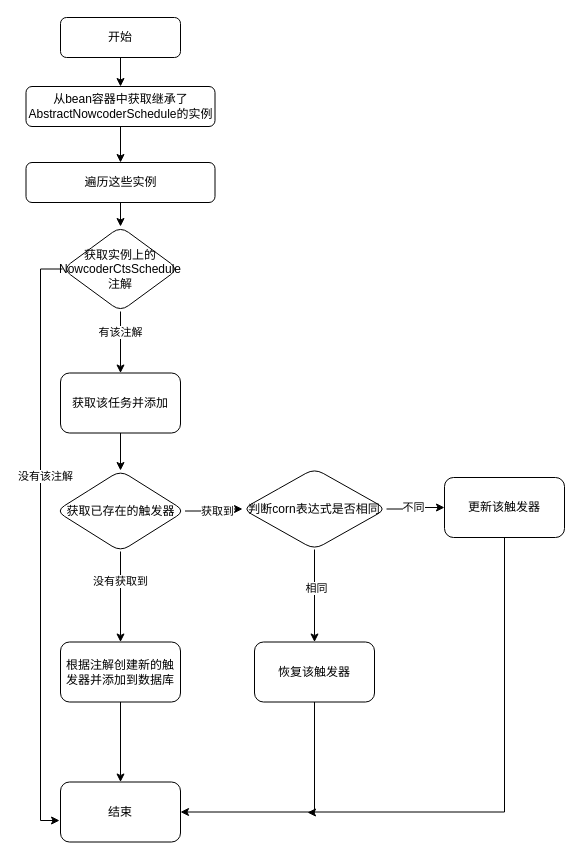
Above: Untitled Diagram.drawio in IrvingLiang/Demo (draw.io), before the change. Source tidied: cells renumbered, new cells numbered last; positions are measured from the earlier drawing's top-left corner, leaving out a move shared by most shapes. Both pictures are drawn from the tidied source at 100%, with x=0, y=0 at pixel (26, 17).
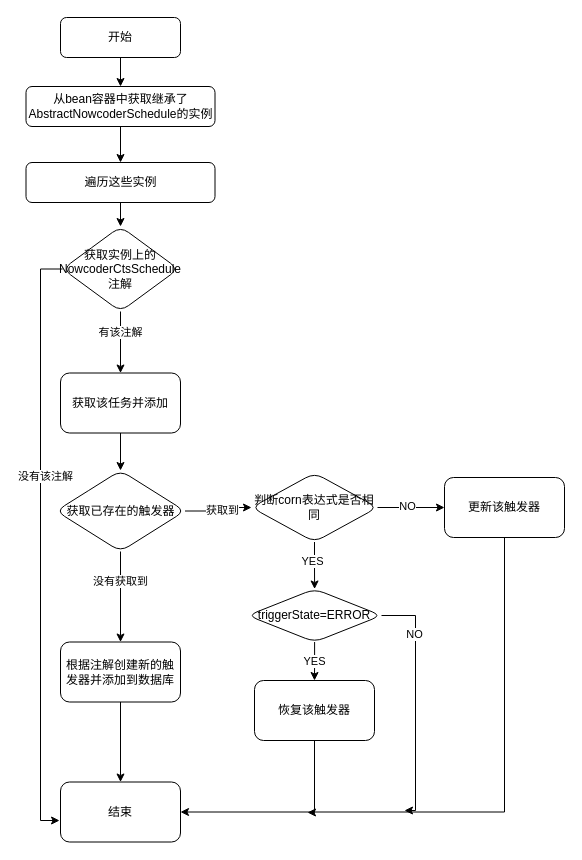
Above is the later version.

The change refers to these unchanged cells:
```xml
<mxCell id="24" style="edgeStyle=orthogonalEdgeStyle;rounded=0;jettySize=auto;html=1;" parent="1" edge="1" source="26" target="30">
  <mxGeometry relative="1" as="geometry" />
</mxCell>
```

The edit, as a diff of the source:
```diff
@@
-    <mxCell id="22" style="edgeStyle=orthogonalEdgeStyle;rounded=0;jettySize=auto;html=1;" parent="1" edge="1" source="26" target="28">
-      <mxGeometry relative="1" as="geometry" />
-    </mxCell>
-    <mxCell id="23" value="相同" style="edgeLabel;html=1;align=center;verticalAlign=middle;" parent="22" vertex="1">
-      <mxGeometry x="-0.18" y="1" relative="1" as="geometry" />
-    </mxCell>
@@
-    <mxCell id="25" value="不同" style="edgeLabel;html=1;align=center;verticalAlign=middle;" parent="24" vertex="1">
+    <mxCell id="25" value="NO" style="edgeLabel;html=1;align=center;verticalAlign=middle;" parent="24" vertex="1">
       <mxGeometry x="-0.13" y="3" relative="1" as="geometry">
         <mxPoint y="1" as="offset" />
       </mxGeometry>
     </mxCell>
+    <mxCell id="32" style="edgeStyle=orthogonalEdgeStyle;rounded=0;jettySize=auto;html=1;" parent="1" edge="1" source="26" target="37">
+      <mxGeometry relative="1" as="geometry" />
+    </mxCell>
+    <mxCell id="33" value="YES" style="edgeLabel;html=1;align=center;verticalAlign=middle;" parent="32" vertex="1">
+      <mxGeometry x="-0.13" y="-3" relative="1" as="geometry">
+        <mxPoint y="-1" as="offset" />
+      </mxGeometry>
+    </mxCell>
     <mxCell id="26" value="&lt;span&gt;判断corn表达式是否相同&lt;/span&gt;" style="rhombus;whiteSpace=wrap;html=1;rounded=1;shadow=0;strokeWidth=1;glass=0;" parent="1" vertex="1">
-      <mxGeometry x="216" y="451" width="144" height="81" as="geometry" />
+      <mxGeometry x="225" y="455.5" width="126" height="69" as="geometry" />
     </mxCell>
@@
     <mxCell id="28" value="恢复该触发器" style="whiteSpace=wrap;html=1;rounded=1;shadow=0;strokeWidth=1;glass=0;" parent="1" vertex="1">
-      <mxGeometry x="228" y="624.5" width="120" height="60" as="geometry" />
+      <mxGeometry x="228" y="663" width="120" height="60" as="geometry" />
     </mxCell>
@@
+    <mxCell id="34" value="YES" style="edgeStyle=orthogonalEdgeStyle;rounded=0;jettySize=auto;html=1;" parent="1" edge="1" source="37" target="28">
+      <mxGeometry relative="1" as="geometry" />
+    </mxCell>
+    <mxCell id="35" style="edgeStyle=orthogonalEdgeStyle;rounded=0;jettySize=auto;html=1;" parent="1" edge="1" source="37">
+      <mxGeometry relative="1" as="geometry">
+        <mxPoint x="378" y="793" as="targetPoint" />
+        <Array as="points">
+          <mxPoint x="389" y="598" />
+          <mxPoint x="389" y="793" />
+          <mxPoint x="383" y="793" />
+        </Array>
+      </mxGeometry>
+    </mxCell>
+    <mxCell id="36" value="NO" style="edgeLabel;html=1;align=center;verticalAlign=middle;" parent="35" vertex="1">
+      <mxGeometry x="-0.57" y="-2" relative="1" as="geometry" />
+    </mxCell>
+    <mxCell id="37" value="triggerState=ERROR" style="rhombus;whiteSpace=wrap;html=1;rounded=1;shadow=0;strokeWidth=1;glass=0;" parent="1" vertex="1">
+      <mxGeometry x="221.2" y="571.5" width="133.8" height="53" as="geometry" />
+    </mxCell>
```
